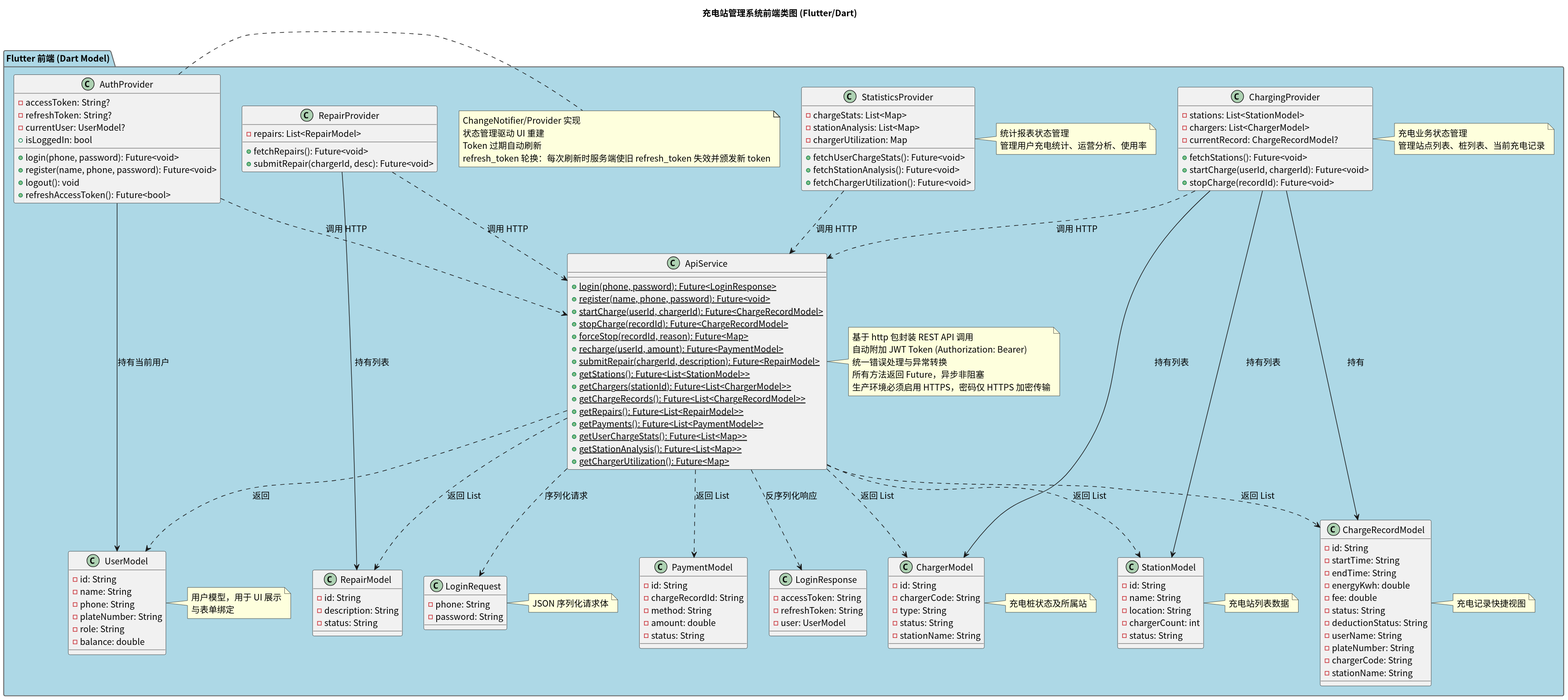
greenhandzdl/charging-station-doc keeps this PlantUML diagram as class/img/frontend_class_diagram.svg. Above is the earlier version.
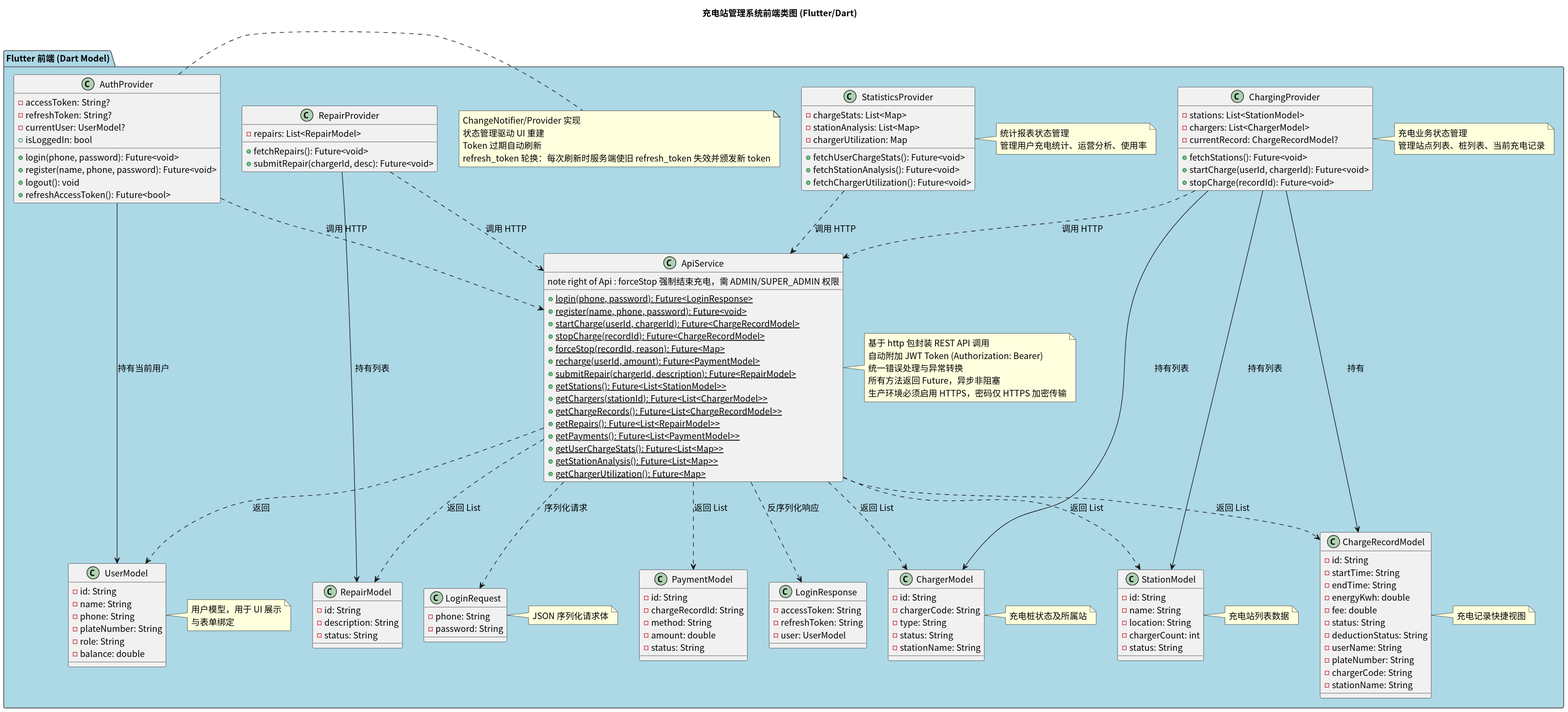
Later version of the same file.

What changed in the source:
```diff
@@ -84,6 +84,7 @@
     + {static} startCharge(userId, chargerId): Future<ChargeRecordModel>
     + {static} stopCharge(recordId): Future<ChargeRecordModel>
     + {static} forceStop(recordId, reason): Future<Map>
+	  note right of Api : forceStop 强制结束充电，需 ADMIN/SUPER_ADMIN 权限
     + {static} recharge(userId, amount): Future<PaymentModel>
     + {static} submitRepair(chargerId, description): Future<RepairModel>
     + {static} getStations(): Future<List<StationModel>>
```
